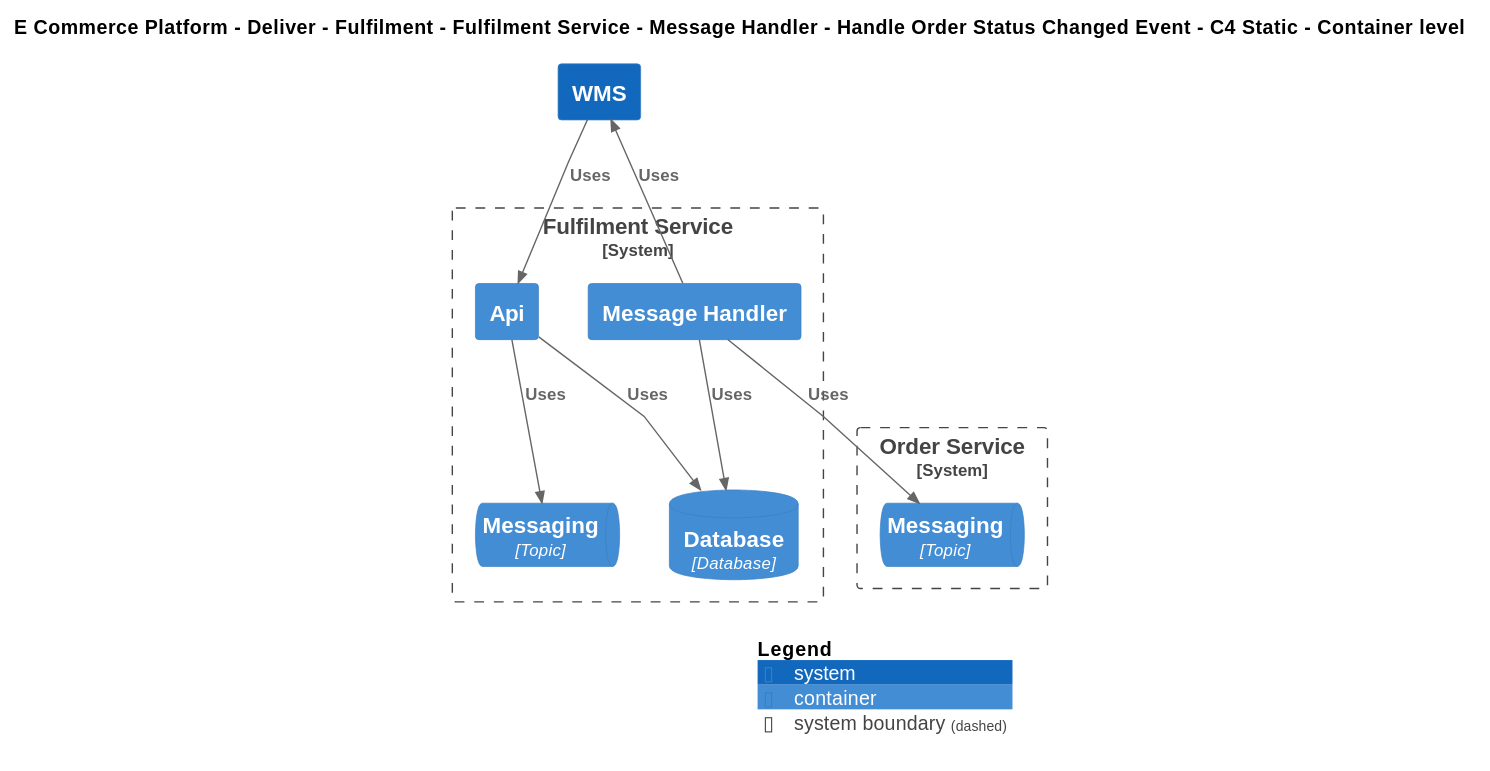
This is Samples/E-Commerce Platform/Yaml/Diagrams/E Commerce Platform/Deliver/Fulfilment/Software Systems/Fulfilment Service/Containers/Message Handler/Interfaces/Handle Order Status Changed Event/Container - C4 Static.svg from mnadenysenko/C4InterFlow, a PlantUML export, as it was before one commit.
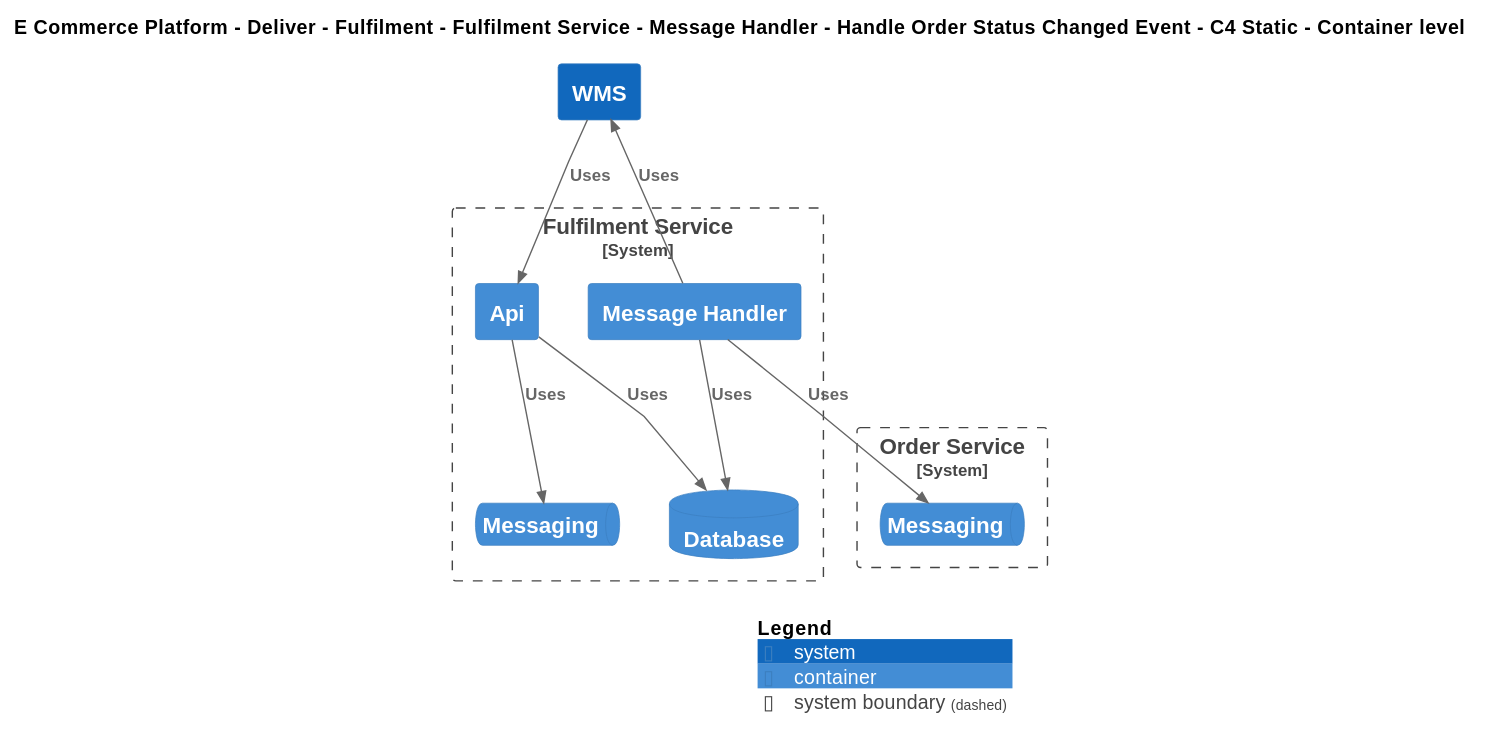
After the change.

The edit, as a diff of the source:
```diff
@@ -19,13 +19,13 @@
 
 System_Boundary(ECommercePlatform.Deliver.Fulfilment.SoftwareSystems.FulfilmentService, "Fulfilment Service") {
     Container(ECommercePlatform.Deliver.Fulfilment.SoftwareSystems.FulfilmentService.Containers.MessageHandler, "Message Handler", "", "")
-    ContainerDb(ECommercePlatform.Deliver.Fulfilment.SoftwareSystems.FulfilmentService.Containers.Database, "Database", "Database", "")
+    ContainerDb(ECommercePlatform.Deliver.Fulfilment.SoftwareSystems.FulfilmentService.Containers.Database, "Database", "", "")
     Container(ECommercePlatform.Deliver.Fulfilment.SoftwareSystems.FulfilmentService.Containers.Api, "Api", "", "")
-    ContainerQueue(ECommercePlatform.Deliver.Fulfilment.SoftwareSystems.FulfilmentService.Containers.Messaging, "Messaging", "Topic", "")
+    ContainerQueue(ECommercePlatform.Deliver.Fulfilment.SoftwareSystems.FulfilmentService.Containers.Messaging, "Messaging", "", "")
 }
 
 System_Boundary(ECommercePlatform.GenerateDemand.OrderManagement.SoftwareSystems.OrderService, "Order Service") {
-    ContainerQueue(ECommercePlatform.GenerateDemand.OrderManagement.SoftwareSystems.OrderService.Containers.Messaging, "Messaging", "Topic", "")
+    ContainerQueue(ECommercePlatform.GenerateDemand.OrderManagement.SoftwareSystems.OrderService.Containers.Messaging, "Messaging", "", "")
 }
 System(ECommercePlatform.Deliver.Fulfilment.SoftwareSystems.WMS, "WMS", "")
 
```
